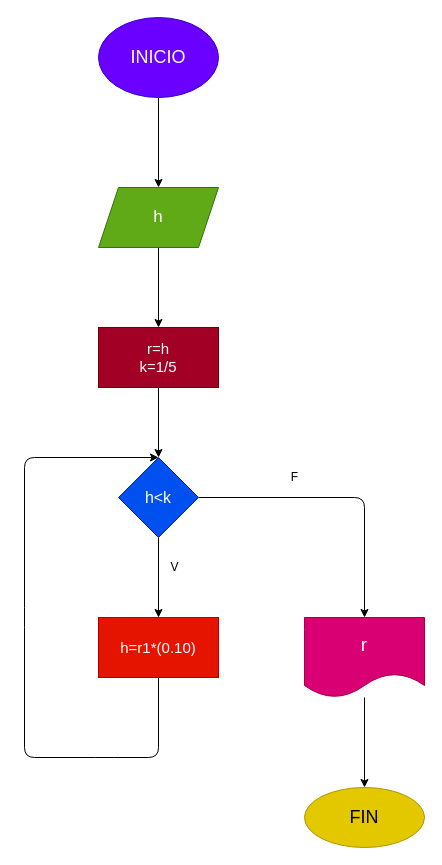
Earlier version of the draw.io diagram diagrama.drawio (MiguelMurillo07/Rebote-pelota). Source tidied: cells renumbered, new cells numbered last; positions are measured from the earlier drawing's top-left corner, leaving out a move shared by most shapes. Both pictures are drawn from the tidied source at 100%, with x=0, y=0 at pixel (24, 17).
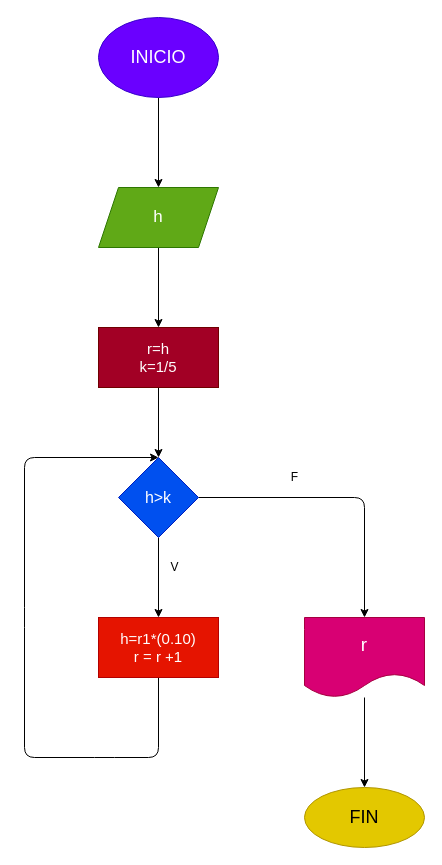
The same diagram, later.

Commit message (it also covers changes not shown here):
Fin programa

Diff of the diagram source:
```diff
@@
-    <mxCell id="10" value="&lt;font style=&quot;font-size: 16px&quot;&gt;h&amp;lt;k&lt;/font&gt;" style="rhombus;whiteSpace=wrap;html=1;fillColor=#0050ef;fontColor=#ffffff;strokeColor=#001DBC;" parent="1" vertex="1">
+    <mxCell id="10" value="&lt;font style=&quot;font-size: 16px&quot;&gt;h&amp;gt;k&lt;/font&gt;" style="rhombus;whiteSpace=wrap;html=1;fillColor=#0050ef;fontColor=#ffffff;strokeColor=#001DBC;" parent="1" vertex="1">
       <mxGeometry x="94" y="440" width="80" height="80" as="geometry" />
     </mxCell>
@@
-    <mxCell id="12" value="&lt;font style=&quot;font-size: 15px&quot;&gt;h=r1*(0.10)&lt;/font&gt;" style="whiteSpace=wrap;html=1;fillColor=#e51400;fontColor=#ffffff;strokeColor=#B20000;" parent="1" vertex="1">
+    <mxCell id="12" value="&lt;font style=&quot;font-size: 15px&quot;&gt;h=r1*(0.10)&lt;br&gt;r = r +1&lt;br&gt;&lt;/font&gt;" style="whiteSpace=wrap;html=1;fillColor=#e51400;fontColor=#ffffff;strokeColor=#B20000;" parent="1" vertex="1">
       <mxGeometry x="74" y="600" width="120" height="60" as="geometry" />
     </mxCell>
```
